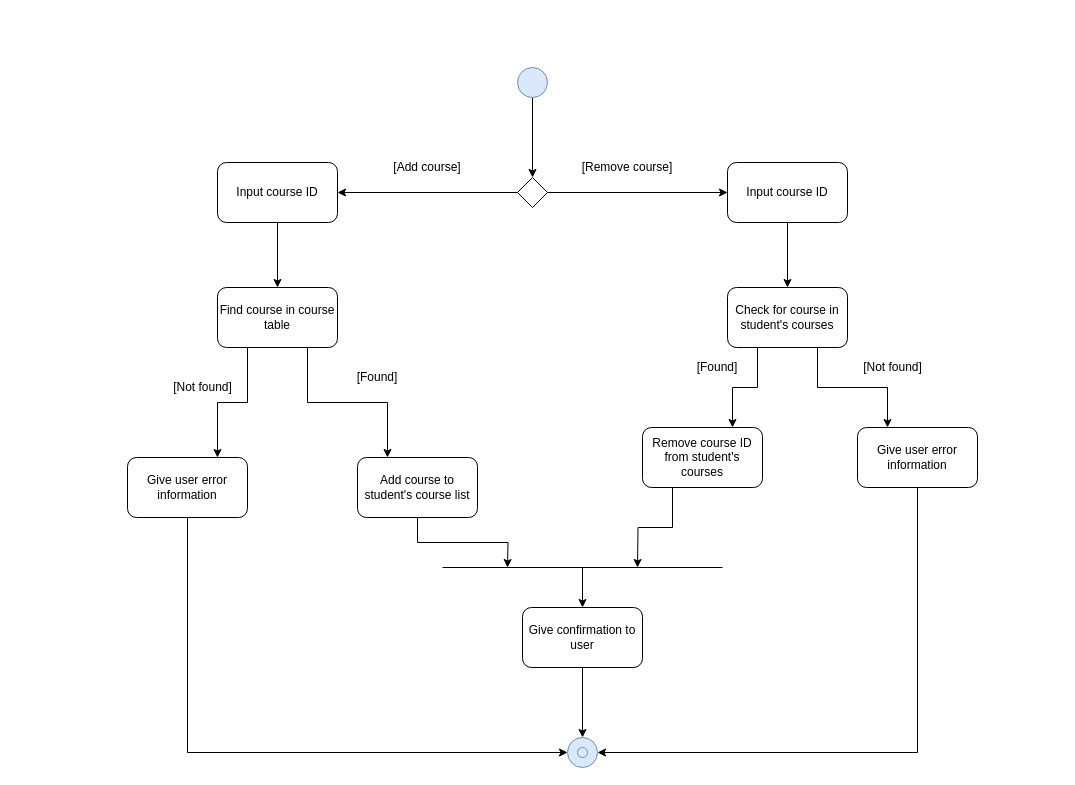
This is add_remove_course_activity.drawio from peterklem/CURSE, a draw.io file, before an edit. Source tidied: cells renumbered, new cells numbered last; positions are measured from the earlier drawing's top-left corner, leaving out a move shared by most shapes. Both pictures are drawn from the tidied source at 100%, with x=0, y=0 at pixel (127, 67).
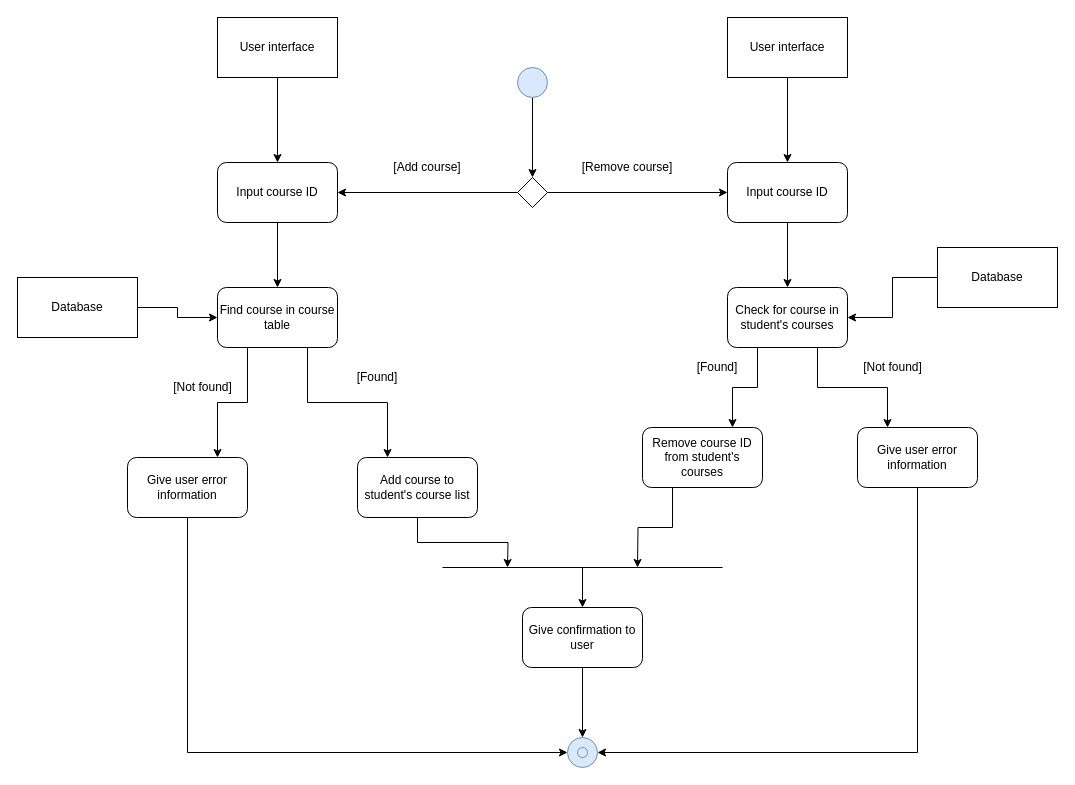
The same diagram, later.

Commit message:
added external systems

Unchanged cells that the change refers to:
```xml
<mxCell id="13" value="Input course ID" style="rounded=1;whiteSpace=wrap;html=1;" parent="1" vertex="1">
  <mxGeometry x="90" y="95" width="120" height="60" as="geometry" />
</mxCell>
<mxCell id="15" value="Input course ID" style="rounded=1;whiteSpace=wrap;html=1;" parent="1" vertex="1">
  <mxGeometry x="600" y="95" width="120" height="60" as="geometry" />
</mxCell>
<mxCell id="18" value="Find course in course table" style="rounded=1;whiteSpace=wrap;html=1;" parent="1" vertex="1">
  <mxGeometry x="90" y="220" width="120" height="60" as="geometry" />
</mxCell>
<mxCell id="27" value="Check for course in student's courses" style="rounded=1;whiteSpace=wrap;html=1;" parent="1" vertex="1">
  <mxGeometry x="600" y="220" width="120" height="60" as="geometry" />
</mxCell>
```

The edit, as a diff of the source:
```diff
@@
+    <mxCell id="38" style="edgeStyle=orthogonalEdgeStyle;rounded=0;jettySize=auto;html=1;exitX=0;exitY=0.5;exitDx=0;exitDy=0;entryX=1;entryY=0.5;entryDx=0;entryDy=0;" parent="1" edge="1" source="39" target="27">
+      <mxGeometry relative="1" as="geometry" />
+    </mxCell>
+    <mxCell id="39" value="Database" style="rounded=0;whiteSpace=wrap;html=1;" parent="1" vertex="1">
+      <mxGeometry x="810" y="180" width="120" height="60" as="geometry" />
+    </mxCell>
+    <mxCell id="40" style="edgeStyle=orthogonalEdgeStyle;rounded=0;jettySize=auto;html=1;exitX=0.5;exitY=1;exitDx=0;exitDy=0;entryX=0.5;entryY=0;entryDx=0;entryDy=0;" parent="1" edge="1" source="41" target="13">
+      <mxGeometry relative="1" as="geometry" />
+    </mxCell>
+    <mxCell id="41" value="User interface" style="rounded=0;whiteSpace=wrap;html=1;" parent="1" vertex="1">
+      <mxGeometry x="90" y="-50" width="120" height="60" as="geometry" />
+    </mxCell>
+    <mxCell id="42" style="edgeStyle=orthogonalEdgeStyle;rounded=0;jettySize=auto;html=1;exitX=0.5;exitY=1;exitDx=0;exitDy=0;entryX=0.5;entryY=0;entryDx=0;entryDy=0;" parent="1" edge="1" source="43" target="15">
+      <mxGeometry relative="1" as="geometry" />
+    </mxCell>
+    <mxCell id="43" value="User interface" style="rounded=0;whiteSpace=wrap;html=1;" parent="1" vertex="1">
+      <mxGeometry x="600" y="-50" width="120" height="60" as="geometry" />
+    </mxCell>
+    <mxCell id="44" style="edgeStyle=orthogonalEdgeStyle;rounded=0;jettySize=auto;html=1;exitX=1;exitY=0.5;exitDx=0;exitDy=0;entryX=0;entryY=0.5;entryDx=0;entryDy=0;" parent="1" edge="1" source="45" target="18">
+      <mxGeometry relative="1" as="geometry" />
+    </mxCell>
+    <mxCell id="45" value="Database" style="rounded=0;whiteSpace=wrap;html=1;" parent="1" vertex="1">
+      <mxGeometry x="-110" y="210" width="120" height="60" as="geometry" />
+    </mxCell>
```
